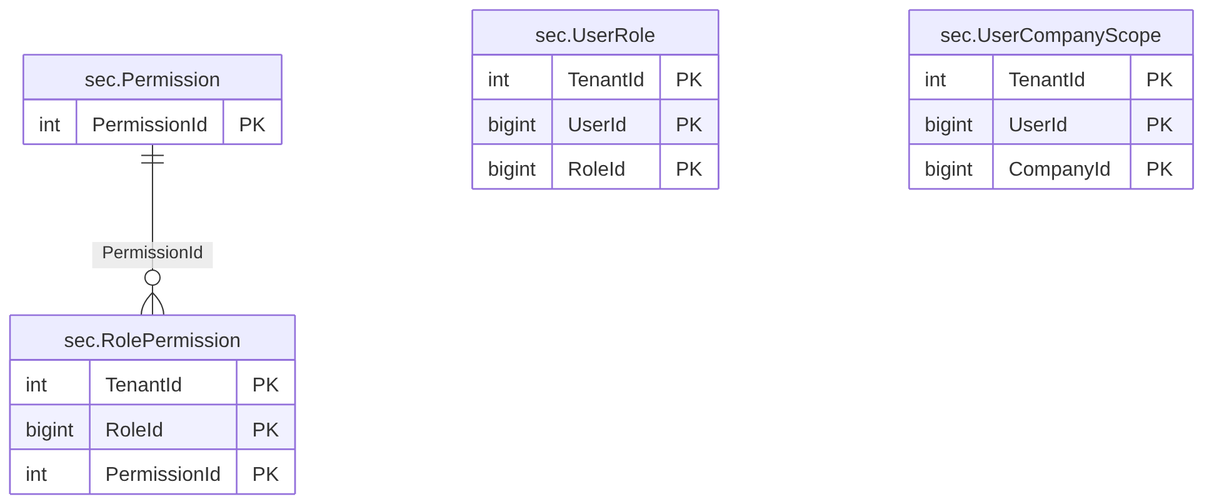
This is treasury-platform/docs/diagrams/erd/core_tenancy_3.png from thawrasy/smartlines, a Mermaid export, as it was before one commit. Its source is kept beside it as treasury-platform/docs/diagrams/erd/core_tenancy_3.mmd.
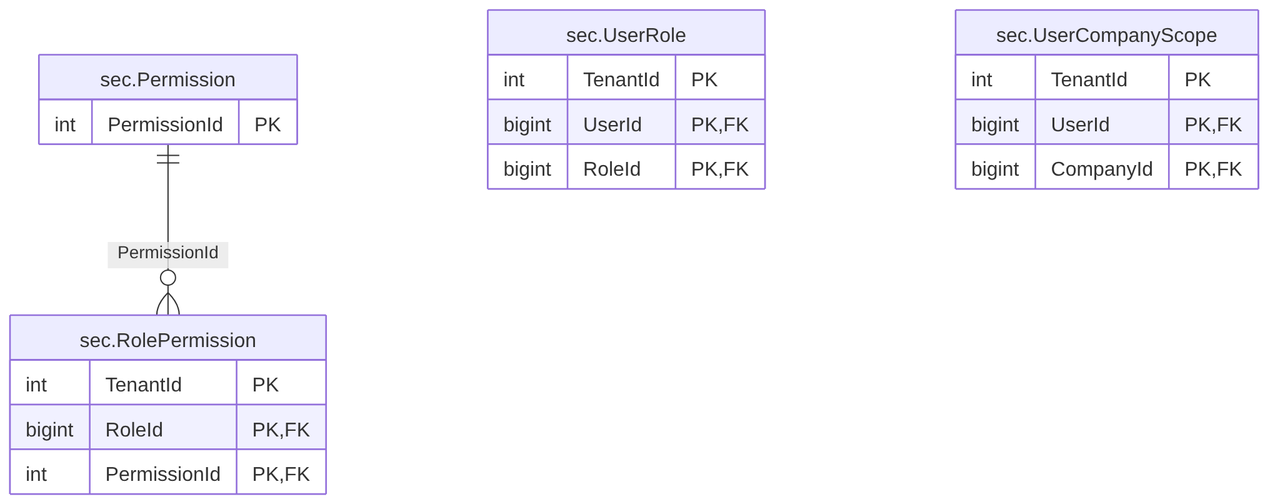
After the commit.

Change to the diagram source:
```diff
@@ -4,17 +4,17 @@
   }
   sec_RolePermission["sec.RolePermission"] {
     int TenantId PK
-    bigint RoleId PK
-    int PermissionId PK
+    bigint RoleId PK, FK
+    int PermissionId PK, FK
   }
   sec_UserRole["sec.UserRole"] {
     int TenantId PK
-    bigint UserId PK
-    bigint RoleId PK
+    bigint UserId PK, FK
+    bigint RoleId PK, FK
   }
   sec_UserCompanyScope["sec.UserCompanyScope"] {
     int TenantId PK
-    bigint UserId PK
-    bigint CompanyId PK
+    bigint UserId PK, FK
+    bigint CompanyId PK, FK
   }
   sec_Permission ||--o{ sec_RolePermission : "PermissionId"
```
